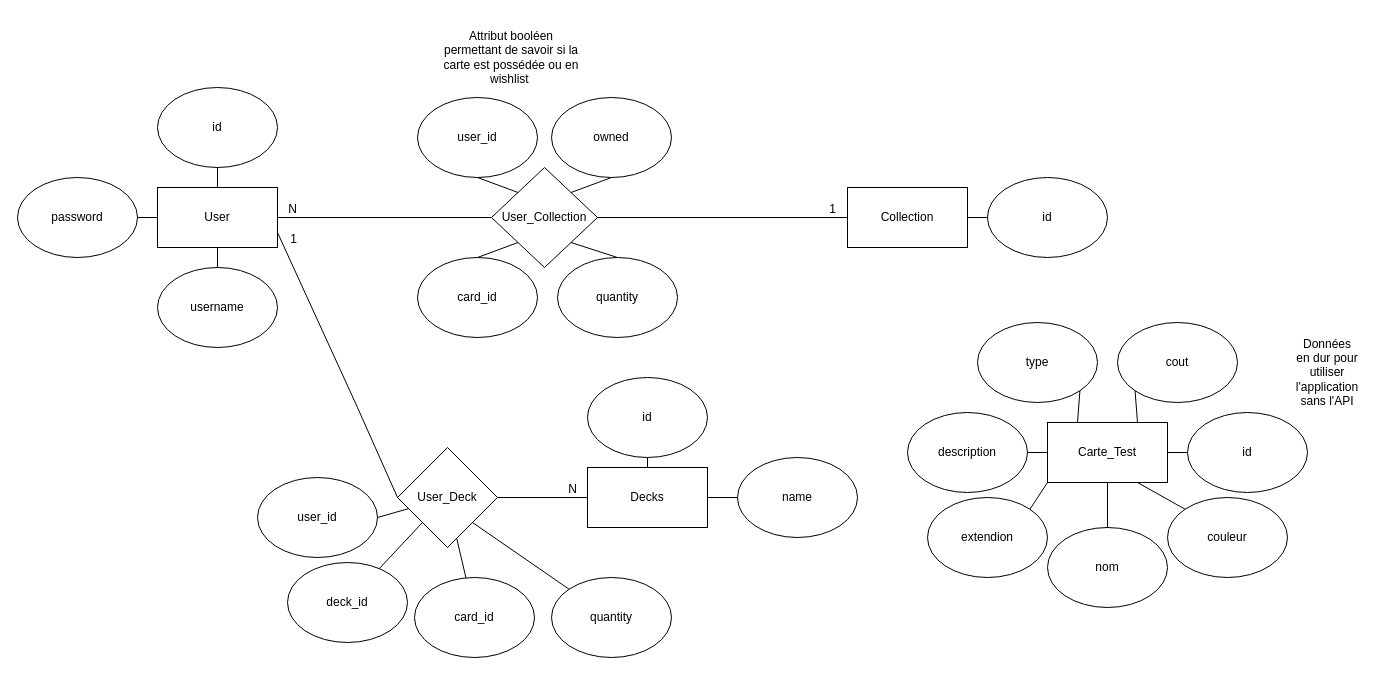
Before: doc/shemas/entite_association_gtm.drawio in guillaumemouchet/Gathering-The-Magic, a draw.io diagram. Source tidied: cells renumbered, new cells numbered last; positions are measured from the earlier drawing's top-left corner, leaving out a move shared by most shapes. Both pictures are drawn from the tidied source at 100%, with x=0, y=0 at pixel (17, 17).
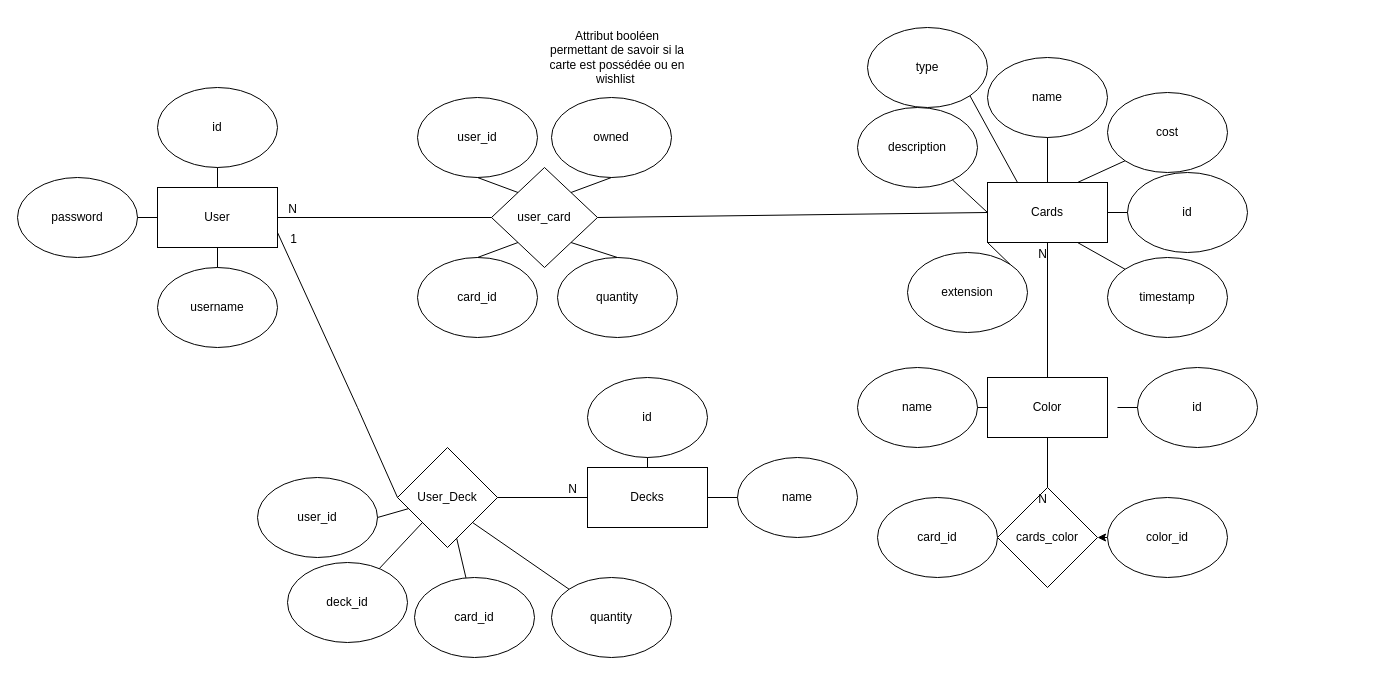
The same page after the edit.

Diff of the diagram source:
```diff
@@
-    <mxCell id="3" value="Collection" style="rounded=0;whiteSpace=wrap;html=1;" parent="1" vertex="1">
-      <mxGeometry x="830" y="170" width="120" height="60" as="geometry" />
-    </mxCell>
@@
-    <mxCell id="11" value="id" style="ellipse;whiteSpace=wrap;html=1;" parent="1" vertex="1">
-      <mxGeometry x="970" y="160" width="120" height="80" as="geometry" />
-    </mxCell>
@@
     <mxCell id="18" value="Attribut booléen permettant de savoir si la carte est possédée ou en wishlist&amp;nbsp;" style="text;html=1;strokeColor=none;fillColor=none;align=center;verticalAlign=middle;whiteSpace=wrap;rounded=0;" parent="1" vertex="1">
-      <mxGeometry x="424" width="140" height="80" as="geometry" />
+      <mxGeometry x="530" width="140" height="80" as="geometry" />
     </mxCell>
@@
-    <mxCell id="22" value="User_Collection" style="rhombus;whiteSpace=wrap;html=1;" parent="1" vertex="1">
+    <mxCell id="22" value="user_card" style="rhombus;whiteSpace=wrap;html=1;" parent="1" vertex="1">
       <mxGeometry x="474" y="150" width="106" height="100" as="geometry" />
     </mxCell>
@@
-    <mxCell id="27" style="endArrow=none;html=1;rounded=0;entryX=0;entryY=0.5;entryDx=0;entryDy=0;exitX=1;exitY=0.5;exitDx=0;exitDy=0;" parent="1" edge="1" source="3">
-      <mxGeometry relative="1" as="geometry">
-        <mxPoint x="970" y="200" as="targetPoint" />
-      </mxGeometry>
-    </mxCell>
@@
-    <mxCell id="34" style="endArrow=none;html=1;rounded=0;exitX=1;exitY=0.5;exitDx=0;exitDy=0;entryX=0;entryY=0.5;entryDx=0;entryDy=0;" parent="1" edge="1" source="22" target="3">
-      <mxGeometry relative="1" as="geometry" />
-    </mxCell>
-    <mxCell id="35" value="1" style="html=1;align=right;verticalAlign=bottom;" parent="34" vertex="1">
-      <mxGeometry x="1" relative="1" as="geometry">
-        <mxPoint x="-11" as="offset" />
-      </mxGeometry>
-    </mxCell>
@@
-    <mxCell id="44" value="Carte_Test" style="rounded=0;whiteSpace=wrap;html=1;" parent="1" vertex="1">
-      <mxGeometry x="1030" y="405" width="120" height="60" as="geometry" />
+    <mxCell id="44" value="Cards" style="rounded=0;whiteSpace=wrap;html=1;" parent="1" vertex="1">
+      <mxGeometry x="970" y="165" width="120" height="60" as="geometry" />
     </mxCell>
     <mxCell id="45" value="id" style="ellipse;whiteSpace=wrap;html=1;" parent="1" vertex="1">
-      <mxGeometry x="1170" y="395" width="120" height="80" as="geometry" />
+      <mxGeometry x="1110" y="155" width="120" height="80" as="geometry" />
     </mxCell>
-    <mxCell id="46" value="couleur" style="ellipse;whiteSpace=wrap;html=1;" parent="1" vertex="1">
-      <mxGeometry x="1150" y="480" width="120" height="80" as="geometry" />
-    </mxCell>
-    <mxCell id="47" value="nom" style="ellipse;whiteSpace=wrap;html=1;" parent="1" vertex="1">
-      <mxGeometry x="1030" y="510" width="120" height="80" as="geometry" />
+    <mxCell id="47" value="name" style="ellipse;whiteSpace=wrap;html=1;" parent="1" vertex="1">
+      <mxGeometry x="970" y="40" width="120" height="80" as="geometry" />
     </mxCell>
-    <mxCell id="48" value="extendion" style="ellipse;whiteSpace=wrap;html=1;" parent="1" vertex="1">
-      <mxGeometry x="910" y="480" width="120" height="80" as="geometry" />
+    <mxCell id="48" value="extension" style="ellipse;whiteSpace=wrap;html=1;" parent="1" vertex="1">
+      <mxGeometry x="890" y="235" width="120" height="80" as="geometry" />
     </mxCell>
     <mxCell id="49" value="description" style="ellipse;whiteSpace=wrap;html=1;" parent="1" vertex="1">
-      <mxGeometry x="890" y="395" width="120" height="80" as="geometry" />
+      <mxGeometry x="840" y="90" width="120" height="80" as="geometry" />
     </mxCell>
     <mxCell id="50" value="type" style="ellipse;whiteSpace=wrap;html=1;" parent="1" vertex="1">
-      <mxGeometry x="960" y="305" width="120" height="80" as="geometry" />
+      <mxGeometry x="850" y="10" width="120" height="80" as="geometry" />
     </mxCell>
-    <mxCell id="51" value="cout" style="ellipse;whiteSpace=wrap;html=1;" parent="1" vertex="1">
-      <mxGeometry x="1100" y="305" width="120" height="80" as="geometry" />
+    <mxCell id="51" value="cost" style="ellipse;whiteSpace=wrap;html=1;" parent="1" vertex="1">
+      <mxGeometry x="1090" y="75" width="120" height="80" as="geometry" />
     </mxCell>
-    <mxCell id="52" value="Données en dur pour utiliser l'application sans l'API" style="text;html=1;strokeColor=none;fillColor=none;align=center;verticalAlign=middle;whiteSpace=wrap;rounded=0;" parent="1" vertex="1">
-      <mxGeometry x="1280" y="340" width="60" height="30" as="geometry" />
-    </mxCell>
@@
-    <mxCell id="57" style="endArrow=none;html=1;rounded=0;entryX=0.5;entryY=1;entryDx=0;entryDy=0;exitX=0.5;exitY=0;exitDx=0;exitDy=0;" parent="1" edge="1" source="47" target="44">
-      <mxGeometry relative="1" as="geometry" />
-    </mxCell>
-    <mxCell id="58" style="endArrow=none;html=1;rounded=0;entryX=0.75;entryY=1;entryDx=0;entryDy=0;exitX=0;exitY=0;exitDx=0;exitDy=0;" parent="1" edge="1" source="46" target="44">
-      <mxGeometry relative="1" as="geometry" />
-    </mxCell>
@@
+    <mxCell id="60" value="timestamp" style="ellipse;whiteSpace=wrap;html=1;" parent="1" vertex="1">
+      <mxGeometry x="1090" y="240" width="120" height="80" as="geometry" />
+    </mxCell>
+    <mxCell id="61" style="endArrow=none;html=1;rounded=0;entryX=0.75;entryY=1;entryDx=0;entryDy=0;exitX=0;exitY=0;exitDx=0;exitDy=0;" parent="1" edge="1" source="60" target="44">
+      <mxGeometry relative="1" as="geometry" />
+    </mxCell>
+    <mxCell id="62" value="cards_color" style="rhombus;whiteSpace=wrap;html=1;" parent="1" vertex="1">
+      <mxGeometry x="980" y="470" width="100" height="100" as="geometry" />
+    </mxCell>
+    <mxCell id="63" value="Color" style="rounded=0;whiteSpace=wrap;html=1;" parent="1" vertex="1">
+      <mxGeometry x="970" y="360" width="120" height="60" as="geometry" />
+    </mxCell>
+    <mxCell id="64" style="edgeStyle=orthogonalEdgeStyle;rounded=0;jettySize=auto;html=1;exitX=1;exitY=0.5;exitDx=0;exitDy=0;entryX=0;entryY=0.5;entryDx=0;entryDy=0;" parent="1" edge="1" source="65" target="62">
+      <mxGeometry relative="1" as="geometry" />
+    </mxCell>
+    <mxCell id="65" value="card_id" style="ellipse;whiteSpace=wrap;html=1;" parent="1" vertex="1">
+      <mxGeometry x="860" y="480" width="120" height="80" as="geometry" />
+    </mxCell>
+    <mxCell id="66" style="edgeStyle=orthogonalEdgeStyle;rounded=0;jettySize=auto;html=1;exitX=0;exitY=0.5;exitDx=0;exitDy=0;entryX=1;entryY=0.5;entryDx=0;entryDy=0;" parent="1" edge="1" source="67" target="62">
+      <mxGeometry relative="1" as="geometry" />
+    </mxCell>
+    <mxCell id="67" value="color_id" style="ellipse;whiteSpace=wrap;html=1;" parent="1" vertex="1">
+      <mxGeometry x="1090" y="480" width="120" height="80" as="geometry" />
+    </mxCell>
+    <mxCell id="68" value="name" style="ellipse;whiteSpace=wrap;html=1;" parent="1" vertex="1">
+      <mxGeometry x="840" y="350" width="120" height="80" as="geometry" />
+    </mxCell>
+    <mxCell id="11" value="id" style="ellipse;whiteSpace=wrap;html=1;" parent="1" vertex="1">
+      <mxGeometry x="1120" y="350" width="120" height="80" as="geometry" />
+    </mxCell>
+    <mxCell id="69" style="endArrow=none;html=1;rounded=0;entryX=0;entryY=0.5;entryDx=0;entryDy=0;exitX=1;exitY=0.5;exitDx=0;exitDy=0;" parent="1" edge="1" source="68" target="63">
+      <mxGeometry relative="1" as="geometry" />
+    </mxCell>
+    <mxCell id="70" style="endArrow=none;html=1;rounded=0;exitX=0;exitY=0.5;exitDx=0;exitDy=0;" parent="1" edge="1" source="11">
+      <mxGeometry relative="1" as="geometry">
+        <mxPoint x="1100" y="390" as="targetPoint" />
+      </mxGeometry>
+    </mxCell>
+    <mxCell id="71" style="endArrow=none;html=1;rounded=0;exitX=0.5;exitY=0;exitDx=0;exitDy=0;" parent="1" edge="1" source="44">
+      <mxGeometry relative="1" as="geometry">
+        <mxPoint x="1030" y="120" as="targetPoint" />
+      </mxGeometry>
+    </mxCell>
+    <mxCell id="72" style="endArrow=none;html=1;rounded=0;entryX=0.5;entryY=1;entryDx=0;entryDy=0;exitX=0.5;exitY=0;exitDx=0;exitDy=0;" parent="1" edge="1" source="63" target="44">
+      <mxGeometry relative="1" as="geometry" />
+    </mxCell>
+    <mxCell id="73" value="N" style="html=1;align=right;verticalAlign=bottom;" parent="72" vertex="1">
+      <mxGeometry x="1" relative="1" as="geometry">
+        <mxPoint y="20" as="offset" />
+      </mxGeometry>
+    </mxCell>
+    <mxCell id="74" style="endArrow=none;html=1;rounded=0;entryX=0.5;entryY=0;entryDx=0;entryDy=0;exitX=0.5;exitY=1;exitDx=0;exitDy=0;" parent="1" edge="1" source="63" target="62">
+      <mxGeometry relative="1" as="geometry" />
+    </mxCell>
+    <mxCell id="75" value="N" style="html=1;align=right;verticalAlign=bottom;" parent="74" vertex="1">
+      <mxGeometry x="1" relative="1" as="geometry">
+        <mxPoint y="20" as="offset" />
+      </mxGeometry>
+    </mxCell>
+    <mxCell id="76" style="endArrow=none;html=1;rounded=0;exitX=1;exitY=0.5;exitDx=0;exitDy=0;entryX=0;entryY=0.5;entryDx=0;entryDy=0;" parent="1" edge="1" source="22" target="44">
+      <mxGeometry relative="1" as="geometry" />
+    </mxCell>
```
